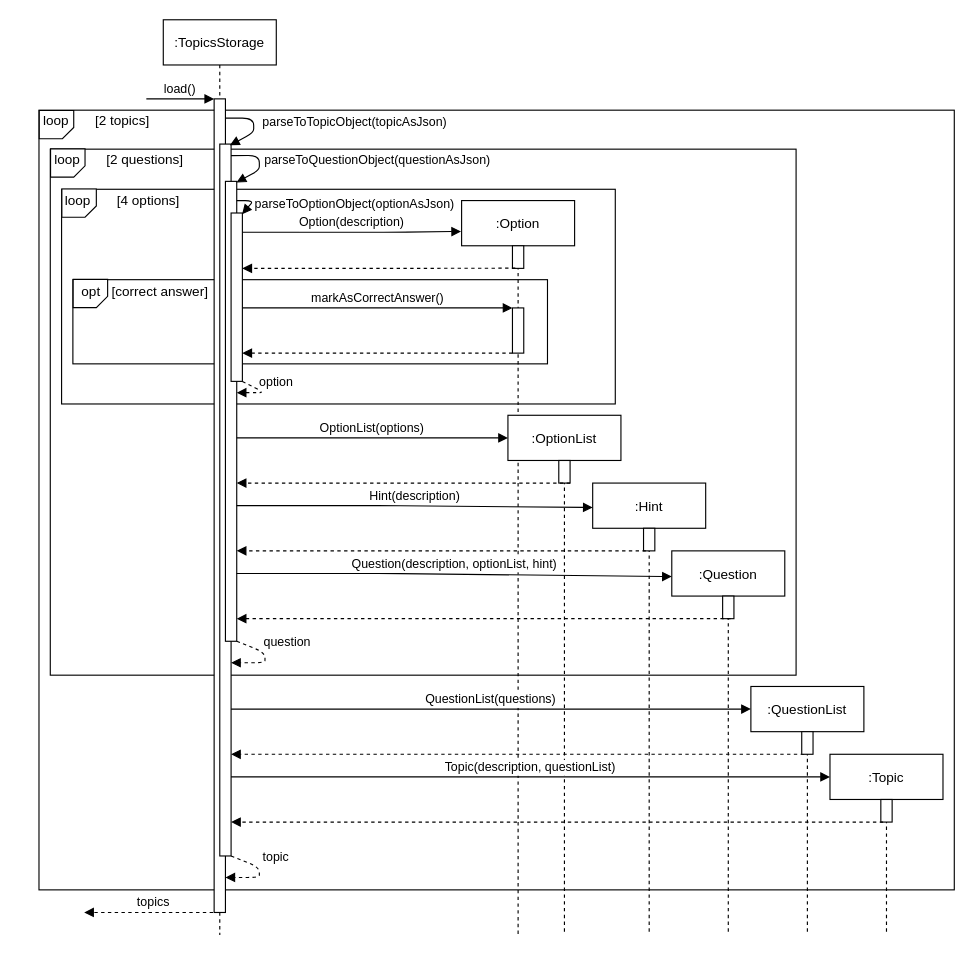
This is docs/diagrams/TopicsStorage_load.drawio from nus-cs2113-AY2021S1/tp, a draw.io file, before an edit. Source tidied: cells renumbered, new cells numbered last; positions are measured from the earlier drawing's top-left corner, leaving out a move shared by most shapes. Both pictures are drawn from the tidied source at 113%, with x=0, y=0 at pixel (29, 19).
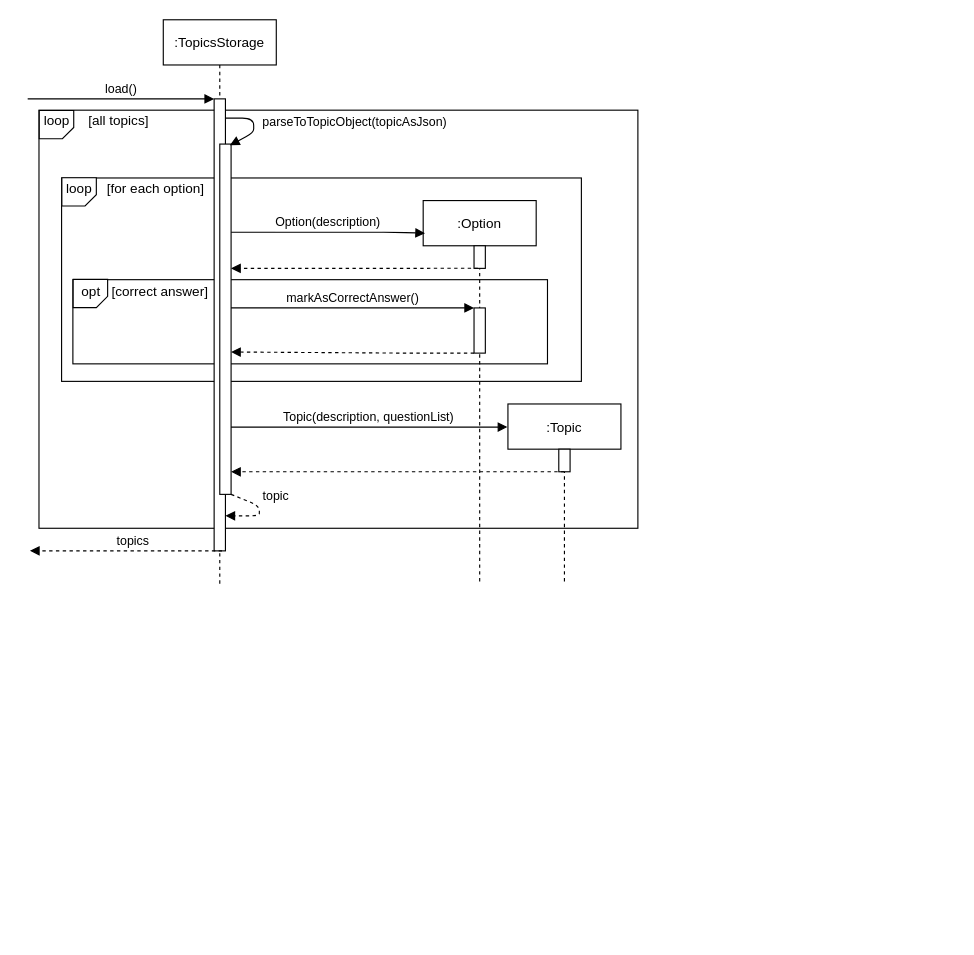
The same diagram, later.

Unchanged cells that the change refers to:
```xml
<mxCell id="11" style="points=[];perimeter=orthogonalPerimeter;rounded=0;shadow=0;strokeWidth=1;" parent="9" vertex="1">
  <mxGeometry x="45" y="95" width="10" height="40" as="geometry" />
</mxCell>
```

Diff of the diagram source:
```diff
@@
     <mxCell id="2" style="rounded=0;whiteSpace=wrap;html=1;" parent="1" vertex="1">
-      <mxGeometry x="8" y="80" width="810" height="690" as="geometry" />
+      <mxGeometry x="8" y="80" width="530" height="370" as="geometry" />
     </mxCell>
-    <mxCell id="3" style="rounded=0;whiteSpace=wrap;html=1;" parent="1" vertex="1">
-      <mxGeometry x="18" y="114.5" width="660" height="465.5" as="geometry" />
-    </mxCell>
     <mxCell id="4" style="rounded=0;whiteSpace=wrap;html=1;" parent="1" vertex="1">
-      <mxGeometry x="28" y="150" width="490" height="190" as="geometry" />
+      <mxGeometry x="28" y="140" width="460" height="180" as="geometry" />
     </mxCell>
@@
     <mxCell id="6" value=":TopicsStorage" style="shape=umlLifeline;perimeter=lifelinePerimeter;rounded=0;shadow=0;strokeWidth=1;" parent="1" vertex="1">
-      <mxGeometry x="118" width="100" height="810" as="geometry" />
+      <mxGeometry x="118" width="100" height="500" as="geometry" />
     </mxCell>
     <mxCell id="7" style="points=[];perimeter=orthogonalPerimeter;rounded=0;shadow=0;strokeWidth=1;" parent="6" vertex="1">
-      <mxGeometry x="45" y="70" width="10" height="720" as="geometry" />
+      <mxGeometry x="45" y="70" width="10" height="400" as="geometry" />
     </mxCell>
     <mxCell id="8" value="load()" style="verticalAlign=bottom;startArrow=none;endArrow=block;startSize=8;shadow=0;strokeWidth=1;startFill=0;" parent="6" edge="1" target="7">
       <mxGeometry relative="1" as="geometry">
-        <mxPoint x="-15" y="70" as="sourcePoint" />
+        <mxPoint x="-120" y="70" as="sourcePoint" />
       </mxGeometry>
     </mxCell>
     <mxCell id="9" value=":Option" style="shape=umlLifeline;perimeter=lifelinePerimeter;rounded=0;shadow=0;strokeWidth=1;" parent="1" vertex="1">
-      <mxGeometry x="382" y="160" width="100" height="650" as="geometry" />
+      <mxGeometry x="348" y="160" width="100" height="340" as="geometry" />
     </mxCell>
@@
-    <mxCell id="12" style="verticalAlign=bottom;endArrow=block;dashed=1;endSize=6;shadow=0;strokeWidth=1;endFill=1;exitX=0.475;exitY=0.092;exitDx=0;exitDy=0;exitPerimeter=0;" parent="1" edge="1" source="9" target="20">
+    <mxCell id="12" style="verticalAlign=bottom;endArrow=block;dashed=1;endSize=6;shadow=0;strokeWidth=1;endFill=1;exitX=0.484;exitY=0.176;exitDx=0;exitDy=0;exitPerimeter=0;" parent="1" edge="1" source="9" target="16">
       <mxGeometry relative="1" as="geometry">
         <Array as="points">
           <mxPoint x="333" y="220" />
         </Array>
       </mxGeometry>
     </mxCell>
-    <mxCell id="13" value="Option(description)" style="verticalAlign=bottom;endArrow=block;shadow=0;strokeWidth=1;entryX=-0.005;entryY=0.042;entryDx=0;entryDy=0;entryPerimeter=0;" parent="1" edge="1" target="9">
+    <mxCell id="13" value="Option(description)" style="verticalAlign=bottom;endArrow=block;shadow=0;strokeWidth=1;entryX=0.016;entryY=0.085;entryDx=0;entryDy=0;entryPerimeter=0;" parent="1" edge="1" source="16" target="9">
       <mxGeometry relative="1" as="geometry">
-        <mxPoint x="188" y="188" as="sourcePoint" />
         <Array as="points">
           <mxPoint x="323" y="188" />
         </Array>
       </mxGeometry>
     </mxCell>
     <mxCell id="14" style="verticalAlign=bottom;endArrow=block;dashed=1;endSize=6;exitX=0.5;exitY=1;shadow=0;strokeWidth=1;exitDx=0;exitDy=0;exitPerimeter=0;endFill=1;" parent="1" edge="1">
       <mxGeometry relative="1" as="geometry">
-        <mxPoint x="168" y="790" as="sourcePoint" />
-        <mxPoint x="48" y="790" as="targetPoint" />
+        <mxPoint x="170" y="470" as="sourcePoint" />
+        <mxPoint y="470" as="targetPoint" />
       </mxGeometry>
     </mxCell>
@@
     <mxCell id="16" style="points=[];perimeter=orthogonalPerimeter;rounded=0;shadow=0;strokeWidth=1;" parent="1" vertex="1">
-      <mxGeometry x="168" y="110" width="10" height="630" as="geometry" />
+      <mxGeometry x="168" y="110" width="10" height="310" as="geometry" />
     </mxCell>
@@
-    <mxCell id="18" style="points=[];perimeter=orthogonalPerimeter;rounded=0;shadow=0;strokeWidth=1;" parent="1" vertex="1">
-      <mxGeometry x="173" y="143" width="10" height="407" as="geometry" />
-    </mxCell>
-    <mxCell id="19" value="parseToQuestionObject(questionAsJson)" style="verticalAlign=bottom;endArrow=block;shadow=0;strokeWidth=1;exitX=1;exitY=0.038;exitDx=0;exitDy=0;exitPerimeter=0;entryX=0.98;entryY=0.013;entryDx=0;entryDy=0;entryPerimeter=0;" parent="1" edge="1">
-      <mxGeometry x="0.25" y="105" relative="1" as="geometry">
-        <mxPoint x="178" y="120.2" as="sourcePoint" />
-        <mxPoint x="182.8" y="143.9" as="targetPoint" />
-        <Array as="points">
-          <mxPoint x="203" y="120" />
-          <mxPoint x="203" y="133" />
-        </Array>
-        <mxPoint x="55" y="-92" as="offset" />
-      </mxGeometry>
-    </mxCell>
-    <mxCell id="20" style="points=[];perimeter=orthogonalPerimeter;rounded=0;shadow=0;strokeWidth=1;" parent="1" vertex="1">
-      <mxGeometry x="178" y="171" width="10" height="149" as="geometry" />
-    </mxCell>
-    <mxCell id="21" value="parseToOptionObject(optionAsJson)" style="verticalAlign=bottom;endArrow=block;shadow=0;strokeWidth=1;entryX=0.98;entryY=0.013;entryDx=0;entryDy=0;entryPerimeter=0;" parent="1" edge="1" source="18">
-      <mxGeometry x="-0.02" y="-91" relative="1" as="geometry">
-        <mxPoint x="187.8" y="172" as="targetPoint" />
-        <Array as="points">
-          <mxPoint x="198" y="160" />
-        </Array>
-        <mxPoint x="159" y="71" as="offset" />
-      </mxGeometry>
-    </mxCell>
     <mxCell id="22" value="markAsCorrectAnswer()" style="verticalAlign=bottom;endArrow=block;shadow=0;strokeWidth=1;" parent="1" edge="1" target="11">
       <mxGeometry relative="1" as="geometry">
-        <mxPoint x="188" y="255" as="sourcePoint" />
+        <mxPoint x="178" y="255" as="sourcePoint" />
         <Array as="points">
           <mxPoint x="323" y="255" />
         </Array>
       </mxGeometry>
     </mxCell>
     <mxCell id="23" style="verticalAlign=bottom;endArrow=block;dashed=1;endSize=6;shadow=0;strokeWidth=1;endFill=1;" parent="1" edge="1" source="11">
       <mxGeometry relative="1" as="geometry">
-        <mxPoint x="188" y="295" as="targetPoint" />
+        <mxPoint x="178" y="294" as="targetPoint" />
         <Array as="points">
           <mxPoint x="333" y="295" />
         </Array>
       </mxGeometry>
     </mxCell>
@@
-    <mxCell id="26" value=":OptionList" style="shape=umlLifeline;perimeter=lifelinePerimeter;rounded=0;shadow=0;strokeWidth=1;" parent="1" vertex="1">
-      <mxGeometry x="423" y="350" width="100" height="460" as="geometry" />
-    </mxCell>
-    <mxCell id="27" style="perimeter=orthogonalPerimeter;rounded=0;shadow=0;strokeWidth=1;" parent="26" vertex="1">
-      <mxGeometry x="45" y="40" width="10" height="20" as="geometry" />
-    </mxCell>
-    <mxCell id="28" style="verticalAlign=bottom;endArrow=block;dashed=1;endSize=6;shadow=0;strokeWidth=1;endFill=1;" parent="26" edge="1">
-      <mxGeometry relative="1" as="geometry">
-        <mxPoint x="262" y="300" as="sourcePoint" />
-        <mxPoint x="-245" y="300" as="targetPoint" />
-        <Array as="points">
-          <mxPoint x="210" y="300" />
-        </Array>
-      </mxGeometry>
-    </mxCell>
-    <mxCell id="29" value=":Hint" style="shape=umlLifeline;perimeter=lifelinePerimeter;rounded=0;shadow=0;strokeWidth=1;" parent="1" vertex="1">
-      <mxGeometry x="498" y="410" width="100" height="400" as="geometry" />
-    </mxCell>
-    <mxCell id="30" style="perimeter=orthogonalPerimeter;rounded=0;shadow=0;strokeWidth=1;" parent="29" vertex="1">
-      <mxGeometry x="45" y="40" width="10" height="20" as="geometry" />
-    </mxCell>
-    <mxCell id="31" value="OptionList(options)" style="verticalAlign=bottom;endArrow=block;shadow=0;strokeWidth=1;" parent="1" edge="1">
-      <mxGeometry relative="1" as="geometry">
-        <mxPoint x="183" y="370" as="sourcePoint" />
-        <mxPoint x="423" y="370" as="targetPoint" />
-        <Array as="points">
-          <mxPoint x="318" y="370" />
-        </Array>
-      </mxGeometry>
-    </mxCell>
-    <mxCell id="32" value="option" style="verticalAlign=bottom;endArrow=block;shadow=0;strokeWidth=1;exitX=1;exitY=0.038;exitDx=0;exitDy=0;exitPerimeter=0;dashed=1;" parent="1" edge="1" target="18">
-      <mxGeometry x="-0.06" y="10" relative="1" as="geometry">
-        <mxPoint x="188" y="320.2" as="sourcePoint" />
-        <Array as="points">
-          <mxPoint x="208" y="330" />
-          <mxPoint x="198" y="330" />
-        </Array>
-        <mxPoint x="10" y="-10" as="offset" />
-      </mxGeometry>
-    </mxCell>
-    <mxCell id="33" style="verticalAlign=bottom;endArrow=block;dashed=1;endSize=6;shadow=0;strokeWidth=1;endFill=1;" parent="1" edge="1">
-      <mxGeometry relative="1" as="geometry">
-        <mxPoint x="478" y="410" as="sourcePoint" />
-        <mxPoint x="183" y="410" as="targetPoint" />
-        <Array as="points">
-          <mxPoint x="435.5" y="410" />
-        </Array>
-      </mxGeometry>
-    </mxCell>
-    <mxCell id="34" value="Hint(description)" style="verticalAlign=bottom;endArrow=block;shadow=0;strokeWidth=1;entryX=0;entryY=0.054;entryDx=0;entryDy=0;entryPerimeter=0;" parent="1" edge="1" target="29">
-      <mxGeometry relative="1" as="geometry">
-        <mxPoint x="182.9" y="430" as="sourcePoint" />
-        <Array as="points">
-          <mxPoint x="317.9" y="430" />
-        </Array>
-      </mxGeometry>
-    </mxCell>
-    <mxCell id="35" value=":Question" style="shape=umlLifeline;perimeter=lifelinePerimeter;rounded=0;shadow=0;strokeWidth=1;" parent="1" vertex="1">
-      <mxGeometry x="568" y="470" width="100" height="340" as="geometry" />
-    </mxCell>
-    <mxCell id="36" style="perimeter=orthogonalPerimeter;rounded=0;shadow=0;strokeWidth=1;" parent="35" vertex="1">
-      <mxGeometry x="45" y="40" width="10" height="20" as="geometry" />
-    </mxCell>
-    <mxCell id="37" style="verticalAlign=bottom;endArrow=block;dashed=1;endSize=6;shadow=0;strokeWidth=1;endFill=1;" parent="1" edge="1">
-      <mxGeometry relative="1" as="geometry">
-        <mxPoint x="545" y="470" as="sourcePoint" />
-        <mxPoint x="183" y="470" as="targetPoint" />
-        <Array as="points">
-          <mxPoint x="493" y="470" />
-        </Array>
-      </mxGeometry>
-    </mxCell>
-    <mxCell id="38" value="Question(description, optionList, hint)" style="verticalAlign=bottom;endArrow=block;shadow=0;strokeWidth=1;entryX=0;entryY=0.067;entryDx=0;entryDy=0;entryPerimeter=0;" parent="1" edge="1" target="35">
-      <mxGeometry relative="1" as="geometry">
-        <mxPoint x="182.9" y="490" as="sourcePoint" />
-        <Array as="points">
-          <mxPoint x="317.9" y="490" />
-        </Array>
-      </mxGeometry>
-    </mxCell>
-    <mxCell id="39" style="verticalAlign=bottom;endArrow=block;dashed=1;endSize=6;shadow=0;strokeWidth=1;endFill=1;" parent="1" edge="1">
-      <mxGeometry relative="1" as="geometry">
-        <mxPoint x="620" y="530" as="sourcePoint" />
-        <mxPoint x="183" y="530" as="targetPoint" />
-        <Array as="points">
-          <mxPoint x="568" y="530" />
-        </Array>
-      </mxGeometry>
-    </mxCell>
-    <mxCell id="40" value="question" style="verticalAlign=bottom;endArrow=block;shadow=0;strokeWidth=1;dashed=1;" parent="1" edge="1">
-      <mxGeometry x="-0.17" y="20" relative="1" as="geometry">
-        <mxPoint x="183" y="550" as="sourcePoint" />
-        <mxPoint x="178" y="569" as="targetPoint" />
-        <Array as="points">
-          <mxPoint x="208" y="560" />
-          <mxPoint x="208" y="569" />
-        </Array>
-      </mxGeometry>
-    </mxCell>
-    <mxCell id="41" value=":QuestionList" style="shape=umlLifeline;perimeter=lifelinePerimeter;rounded=0;shadow=0;strokeWidth=1;" parent="1" vertex="1">
-      <mxGeometry x="638" y="590" width="100" height="220" as="geometry" />
-    </mxCell>
-    <mxCell id="42" style="perimeter=orthogonalPerimeter;rounded=0;shadow=0;strokeWidth=1;" parent="41" vertex="1">
-      <mxGeometry x="45" y="40" width="10" height="20" as="geometry" />
-    </mxCell>
-    <mxCell id="43" value="QuestionList(questions)" style="verticalAlign=bottom;endArrow=block;shadow=0;strokeWidth=1;" parent="1" edge="1">
-      <mxGeometry relative="1" as="geometry">
-        <mxPoint x="178" y="610" as="sourcePoint" />
-        <mxPoint x="638" y="610" as="targetPoint" />
-        <Array as="points">
-          <mxPoint x="330.4" y="610" />
-        </Array>
-      </mxGeometry>
-    </mxCell>
     <mxCell id="44" value=":Topic" style="shape=umlLifeline;perimeter=lifelinePerimeter;rounded=0;shadow=0;strokeWidth=1;" parent="1" vertex="1">
-      <mxGeometry x="708" y="650" width="100" height="160" as="geometry" />
+      <mxGeometry x="423" y="340" width="100" height="160" as="geometry" />
     </mxCell>
@@
+    <mxCell id="47" style="verticalAlign=bottom;endArrow=block;dashed=1;endSize=6;shadow=0;strokeWidth=1;endFill=1;" parent="44" edge="1" target="16">
+      <mxGeometry relative="1" as="geometry">
+        <mxPoint x="50" y="60" as="sourcePoint" />
+      </mxGeometry>
+    </mxCell>
-    <mxCell id="46" value="Topic(description, questionList)" style="verticalAlign=bottom;endArrow=block;shadow=0;strokeWidth=1;" parent="1" edge="1">
-      <mxGeometry relative="1" as="geometry">
-        <mxPoint x="178" y="670" as="sourcePoint" />
-        <mxPoint x="708" y="670" as="targetPoint" />
-        <Array as="points">
-          <mxPoint x="330.4" y="670" />
-        </Array>
-      </mxGeometry>
+    <mxCell id="46" value="Topic(description, questionList)" style="verticalAlign=bottom;endArrow=block;shadow=0;strokeWidth=1;entryX=-0.005;entryY=0.128;entryDx=0;entryDy=0;entryPerimeter=0;" parent="1" edge="1" source="16" target="44">
+      <mxGeometry relative="1" as="geometry" />
     </mxCell>
-    <mxCell id="47" style="verticalAlign=bottom;endArrow=block;dashed=1;endSize=6;shadow=0;strokeWidth=1;endFill=1;" parent="1" edge="1">
-      <mxGeometry relative="1" as="geometry">
-        <mxPoint x="755" y="710" as="sourcePoint" />
-        <mxPoint x="178" y="710" as="targetPoint" />
-        <Array as="points">
-          <mxPoint x="703" y="710" />
-        </Array>
-      </mxGeometry>
-    </mxCell>
     <mxCell id="48" value="topic" style="verticalAlign=bottom;endArrow=block;shadow=0;strokeWidth=1;dashed=1;" parent="1" edge="1">
       <mxGeometry x="-0.18" y="15" relative="1" as="geometry">
-        <mxPoint x="178" y="740" as="sourcePoint" />
-        <mxPoint x="173" y="759" as="targetPoint" />
+        <mxPoint x="178" y="420" as="sourcePoint" />
+        <mxPoint x="173" y="439" as="targetPoint" />
         <Array as="points">
-          <mxPoint x="203" y="750" />
-          <mxPoint x="203" y="759" />
+          <mxPoint x="203" y="430" />
+          <mxPoint x="203" y="439" />
         </Array>
       </mxGeometry>
     </mxCell>
     <mxCell id="49" style="shape=card;whiteSpace=wrap;html=1;rotation=90;direction=south;size=10;" parent="1" vertex="1">
-      <mxGeometry x="31" y="147" width="25" height="30.5" as="geometry" />
+      <mxGeometry x="31" y="137" width="25" height="30.5" as="geometry" />
     </mxCell>
-    <mxCell id="50" value="loop&amp;nbsp; &amp;nbsp; &amp;nbsp; &amp;nbsp;[4 options]" style="text;html=1;strokeColor=none;fillColor=none;align=center;verticalAlign=middle;whiteSpace=wrap;rounded=0;" parent="1" vertex="1">
-      <mxGeometry x="23" y="150" width="117.5" height="20" as="geometry" />
+    <mxCell id="50" value="loop&amp;nbsp; &amp;nbsp; [for each option]" style="text;html=1;strokeColor=none;fillColor=none;align=center;verticalAlign=middle;whiteSpace=wrap;rounded=0;" parent="1" vertex="1">
+      <mxGeometry x="16" y="140" width="155" height="20" as="geometry" />
     </mxCell>
-    <mxCell id="51" style="shape=card;whiteSpace=wrap;html=1;rotation=90;direction=south;size=10;" parent="1" vertex="1">
-      <mxGeometry x="21" y="111.5" width="25" height="30.5" as="geometry" />
-    </mxCell>
-    <mxCell id="52" value="loop&amp;nbsp; &amp;nbsp; &amp;nbsp; &amp;nbsp;[2 questions]" style="text;html=1;strokeColor=none;fillColor=none;align=center;verticalAlign=middle;whiteSpace=wrap;rounded=0;" parent="1" vertex="1">
-      <mxGeometry x="20" y="113.5" width="117.5" height="20" as="geometry" />
-    </mxCell>
@@
-    <mxCell id="54" value="loop&amp;nbsp; &amp;nbsp; &amp;nbsp; &amp;nbsp;[2 topics]" style="text;html=1;strokeColor=none;fillColor=none;align=center;verticalAlign=middle;whiteSpace=wrap;rounded=0;" parent="1" vertex="1">
+    <mxCell id="54" value="loop&amp;nbsp; &amp;nbsp; &amp;nbsp;[all topics]" style="text;html=1;strokeColor=none;fillColor=none;align=center;verticalAlign=middle;whiteSpace=wrap;rounded=0;" parent="1" vertex="1">
       <mxGeometry y="80" width="117.5" height="20" as="geometry" />
     </mxCell>
```
